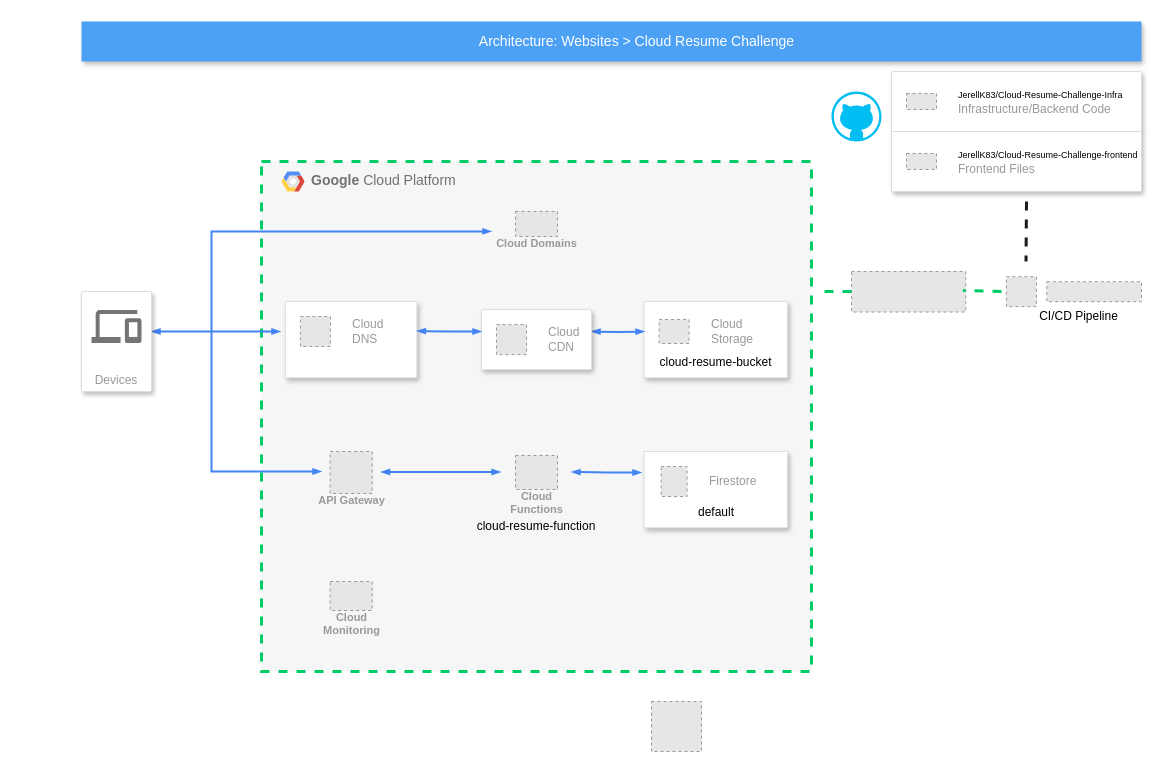
Before: cloudresumechallenge-gcp.drawio in JerellK83/Cloud-Resume-Challenge-Infra, a draw.io diagram. Source tidied: cells renumbered, new cells numbered last; positions are measured from the earlier drawing's top-left corner, leaving out a move shared by most shapes. Both pictures are drawn from the tidied source at 100%, with x=0, y=0 at pixel (81, 21). Pictures stored in the file or linked from it are replaced by grey dashed boxes.
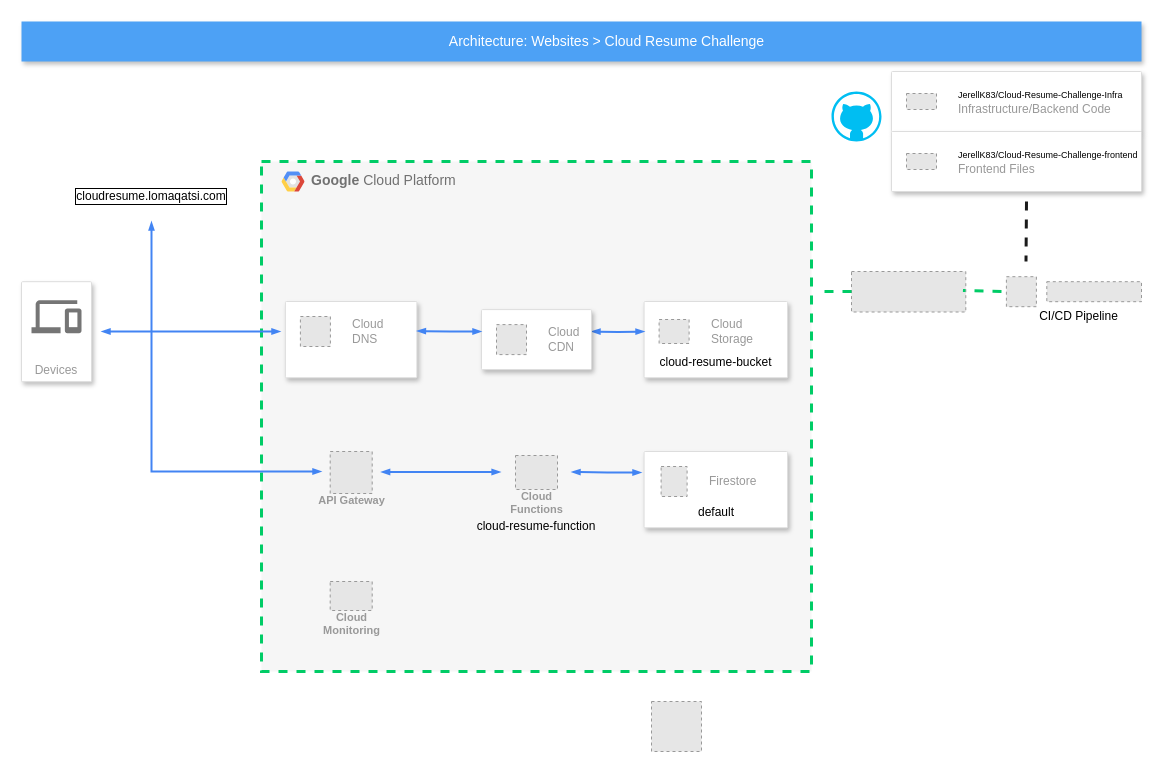
The same diagram, later.

Unchanged cells that the change refers to:
```xml
<mxCell id="2" value="&lt;b&gt;Google &lt;/b&gt;Cloud Platform" style="fillColor=#F6F6F6;strokeColor=#00CC66;shadow=0;gradientColor=none;fontSize=14;align=left;spacing=10;fontColor=#717171;9E9E9E;verticalAlign=top;spacingTop=-4;fontStyle=0;spacingLeft=40;html=1;labelBorderColor=none;glass=0;dashed=1;strokeWidth=3;" parent="1" vertex="1">
  <mxGeometry x="180" y="140" width="550" height="510" as="geometry" />
</mxCell>
```

Change to the diagram source:
```diff
@@
-    <mxCell id="9" value="Cloud Domains" style="fillColor=#E6E6E6;strokeColor=#999999;dashed=1;html=1;verticalAlign=top;labelPosition=center;verticalLabelPosition=bottom;align=center;spacingTop=-6;fontSize=11;fontStyle=1;fontColor=#999999;" parent="2" vertex="1">
-      <mxGeometry x="254" y="50" width="42" height="25" as="geometry" />
-    </mxCell>
@@
     <mxCell id="23" value="Architecture: Websites &amp;gt; Cloud Resume Challenge" style="fillColor=#4DA1F5;strokeColor=none;shadow=1;gradientColor=none;fontSize=14;align=center;spacingLeft=50;fontColor=#ffffff;html=1;" parent="1" vertex="1">
-      <mxGeometry width="1060" height="40" as="geometry" />
+      <mxGeometry x="-60" width="1120" height="40" as="geometry" />
     </mxCell>
     <mxCell id="24" style="edgeStyle=orthogonalEdgeStyle;rounded=0;html=1;labelBackgroundColor=none;startFill=1;startSize=4;endArrow=blockThin;endFill=1;endSize=4;jettySize=auto;orthogonalLoop=1;strokeColor=#4284F3;strokeWidth=2;fontSize=12;fontColor=#000000;align=left;dashed=0;entryX=-0.037;entryY=0.393;entryDx=0;entryDy=0;entryPerimeter=0;startArrow=blockThin;" parent="1" edge="1">
       <mxGeometry relative="1" as="geometry">
-        <mxPoint x="70" y="310" as="sourcePoint" />
+        <mxPoint x="20" y="310" as="sourcePoint" />
         <mxPoint x="199" y="310" as="targetPoint" />
       </mxGeometry>
     </mxCell>
     <mxCell id="25" value="Devices" style="strokeColor=#dddddd;fillColor=#ffffff;shadow=1;strokeWidth=1;rounded=1;absoluteArcSize=1;arcSize=2;labelPosition=center;verticalLabelPosition=middle;align=center;verticalAlign=bottom;spacingLeft=0;fontColor=#999999;fontSize=12;whiteSpace=wrap;spacingBottom=2;html=1;" parent="1" vertex="1">
-      <mxGeometry y="270" width="70" height="100" as="geometry" />
+      <mxGeometry x="-60" y="260.2" width="70" height="100" as="geometry" />
     </mxCell>
@@
     <mxCell id="27" style="edgeStyle=orthogonalEdgeStyle;rounded=0;html=1;labelBackgroundColor=none;startFill=0;startSize=4;endArrow=blockThin;endFill=1;endSize=4;jettySize=auto;orthogonalLoop=1;strokeColor=#4284F3;strokeWidth=2;fontSize=12;fontColor=#000000;align=left;dashed=0;startArrow=none;" parent="1" edge="1">
       <mxGeometry relative="1" as="geometry">
-        <mxPoint x="130" y="310" as="sourcePoint" />
+        <mxPoint x="70" y="310.2" as="sourcePoint" />
         <mxPoint x="240" y="450" as="targetPoint" />
         <Array as="points">
-          <mxPoint x="130" y="450" />
-          <mxPoint x="240" y="450" />
+          <mxPoint x="70" y="450" />
         </Array>
       </mxGeometry>
     </mxCell>
@@
-    <mxCell id="33" style="edgeStyle=orthogonalEdgeStyle;rounded=0;html=1;labelBackgroundColor=none;startFill=0;startSize=4;endArrow=blockThin;endFill=1;endSize=4;jettySize=auto;orthogonalLoop=1;strokeColor=#4284F3;strokeWidth=2;fontSize=12;fontColor=#000000;align=left;dashed=0;startArrow=none;entryX=0.4;entryY=0.137;entryDx=0;entryDy=0;entryPerimeter=0;" parent="1" edge="1">
-      <mxGeometry relative="1" as="geometry">
-        <mxPoint x="130" y="310" as="sourcePoint" />
-        <mxPoint x="410" y="209.9" as="targetPoint" />
-        <Array as="points">
-          <mxPoint x="130" y="210" />
-        </Array>
-      </mxGeometry>
-    </mxCell>
@@
+    <mxCell id="42" style="edgeStyle=orthogonalEdgeStyle;rounded=0;html=1;labelBackgroundColor=none;startFill=0;startSize=4;endArrow=blockThin;endFill=1;endSize=4;jettySize=auto;orthogonalLoop=1;strokeColor=#4284F3;strokeWidth=2;fontSize=12;fontColor=#000000;align=left;dashed=0;startArrow=none;" parent="1" edge="1">
+      <mxGeometry relative="1" as="geometry">
+        <mxPoint x="70" y="310.2" as="sourcePoint" />
+        <mxPoint x="70" y="200" as="targetPoint" />
+        <Array as="points">
+          <mxPoint x="70" y="250" />
+          <mxPoint x="70" y="250" />
+        </Array>
+      </mxGeometry>
+    </mxCell>
+    <mxCell id="43" value="cloudresume.lomaqatsi.com" style="text;html=1;align=center;verticalAlign=middle;whiteSpace=wrap;rounded=0;strokeColor=none;labelBorderColor=default;textShadow=0;" parent="1" vertex="1">
+      <mxGeometry x="40" y="160" width="60" height="30" as="geometry" />
+    </mxCell>
```
